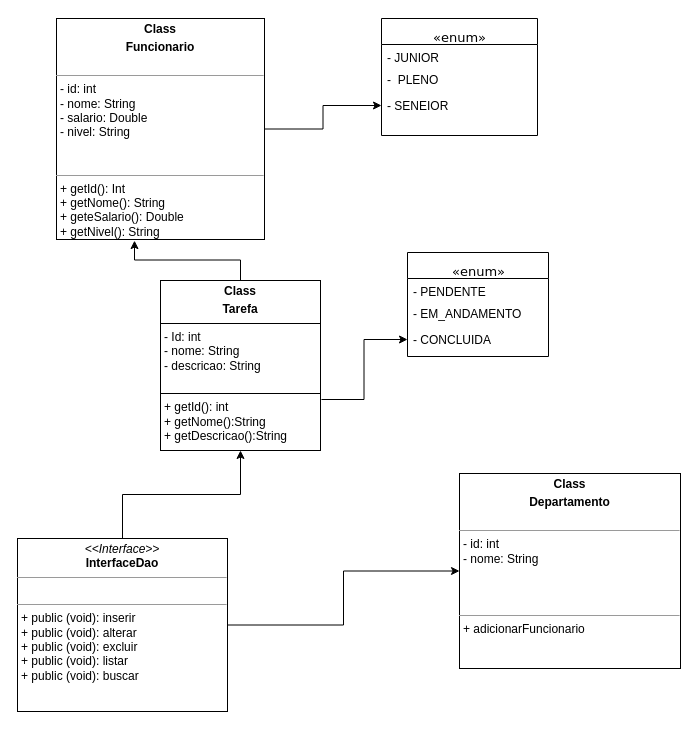
Above: Untitled Diagram.drawio in dev-wallace/Projeto-livraria (draw.io), before the change. Source tidied: cells renumbered, new cells numbered last; positions are measured from the earlier drawing's top-left corner, leaving out a move shared by most shapes. Both pictures are drawn from the tidied source at 100%, with x=0, y=0 at pixel (17, 18).
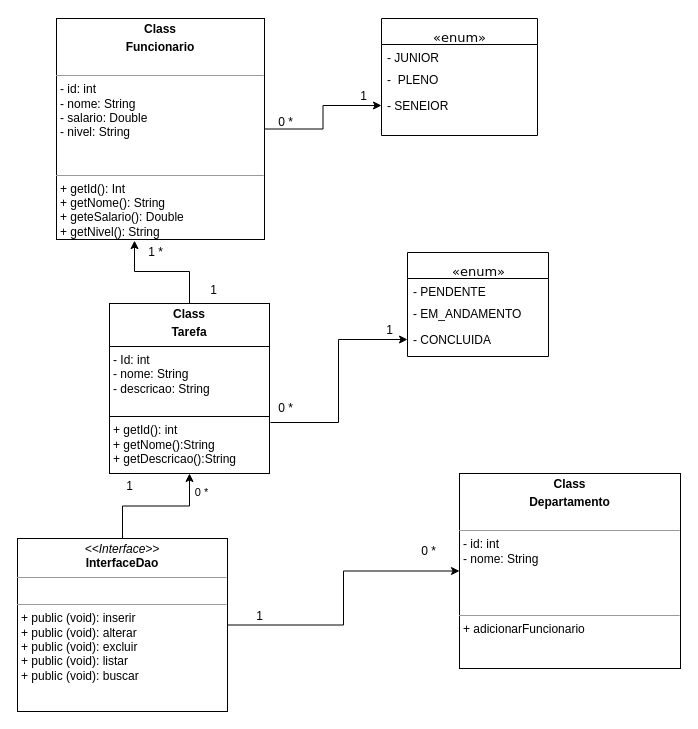
The same page after the edit.

The change refers to these unchanged cells:
```xml
<mxCell id="8" style="edgeStyle=orthogonalEdgeStyle;rounded=0;jettySize=auto;html=1;entryX=0.5;entryY=1;entryDx=0;entryDy=0;" parent="1" edge="1" source="10" target="12">
  <mxGeometry relative="1" as="geometry" />
</mxCell>
```

Diff of the diagram source:
```diff
@@
+    <mxCell id="19" value="0 *" style="edgeLabel;html=1;align=center;verticalAlign=middle;" parent="8" vertex="1">
+      <mxGeometry x="0.84" relative="1" as="geometry">
+        <mxPoint x="11" y="7" as="offset" />
+      </mxGeometry>
+    </mxCell>
@@
     <mxCell id="12" value="&lt;p style=&quot;margin:0px;margin-top:4px;text-align:center;&quot;&gt;&lt;b&gt;Class&lt;/b&gt;&lt;/p&gt;&lt;p style=&quot;margin:0px;margin-top:4px;text-align:center;&quot;&gt;&lt;b&gt;Tarefa&lt;/b&gt;&lt;/p&gt;&lt;hr size=&quot;1&quot; style=&quot;border-style:solid;&quot;&gt;&lt;p style=&quot;margin:0px;margin-left:4px;&quot;&gt;- Id: int&lt;/p&gt;&lt;p style=&quot;margin:0px;margin-left:4px;&quot;&gt;- nome: String&lt;/p&gt;&lt;p style=&quot;margin:0px;margin-left:4px;&quot;&gt;- descricao: String&lt;/p&gt;&lt;div&gt;&lt;br&gt;&lt;/div&gt;&lt;hr size=&quot;1&quot; style=&quot;border-style:solid;&quot;&gt;&lt;p style=&quot;margin:0px;margin-left:4px;&quot;&gt;+ getId(): int&lt;/p&gt;&lt;p style=&quot;margin:0px;margin-left:4px;&quot;&gt;+ getNome():String&lt;/p&gt;&lt;p style=&quot;margin:0px;margin-left:4px;&quot;&gt;+ getDescricao():String&lt;/p&gt;" style="verticalAlign=top;align=left;overflow=fill;html=1;whiteSpace=wrap;" parent="1" vertex="1">
-      <mxGeometry x="143" y="262" width="160" height="170" as="geometry" />
+      <mxGeometry x="92" y="285" width="160" height="170" as="geometry" />
     </mxCell>
@@
+    <mxCell id="20" value="1" style="text;html=1;align=center;verticalAlign=middle;strokeColor=none;fillColor=none;" parent="1" vertex="1">
+      <mxGeometry x="92" y="455" width="39" height="26" as="geometry" />
+    </mxCell>
+    <mxCell id="21" value="1" style="text;html=1;align=center;verticalAlign=middle;strokeColor=none;fillColor=none;" parent="1" vertex="1">
+      <mxGeometry x="176" y="259" width="39" height="26" as="geometry" />
+    </mxCell>
+    <mxCell id="22" value="1 *" style="text;html=1;align=center;verticalAlign=middle;strokeColor=none;fillColor=none;" parent="1" vertex="1">
+      <mxGeometry x="118" y="221" width="39" height="26" as="geometry" />
+    </mxCell>
+    <mxCell id="23" value="0 *" style="text;html=1;align=center;verticalAlign=middle;strokeColor=none;fillColor=none;" parent="1" vertex="1">
+      <mxGeometry x="248" y="91" width="39" height="26" as="geometry" />
+    </mxCell>
+    <mxCell id="24" value="1" style="text;html=1;align=center;verticalAlign=middle;strokeColor=none;fillColor=none;" parent="1" vertex="1">
+      <mxGeometry x="326" y="65" width="39" height="26" as="geometry" />
+    </mxCell>
+    <mxCell id="25" value="0 *" style="text;html=1;align=center;verticalAlign=middle;strokeColor=none;fillColor=none;" parent="1" vertex="1">
+      <mxGeometry x="248" y="377" width="39" height="26" as="geometry" />
+    </mxCell>
+    <mxCell id="26" value="1" style="text;html=1;align=center;verticalAlign=middle;strokeColor=none;fillColor=none;" parent="1" vertex="1">
+      <mxGeometry x="352" y="299" width="39" height="26" as="geometry" />
+    </mxCell>
+    <mxCell id="27" value="1" style="text;html=1;align=center;verticalAlign=middle;strokeColor=none;fillColor=none;" parent="1" vertex="1">
+      <mxGeometry x="222" y="585" width="39" height="26" as="geometry" />
+    </mxCell>
+    <mxCell id="28" value="0 *" style="text;html=1;align=center;verticalAlign=middle;strokeColor=none;fillColor=none;" parent="1" vertex="1">
+      <mxGeometry x="391" y="520" width="39" height="26" as="geometry" />
+    </mxCell>
```
